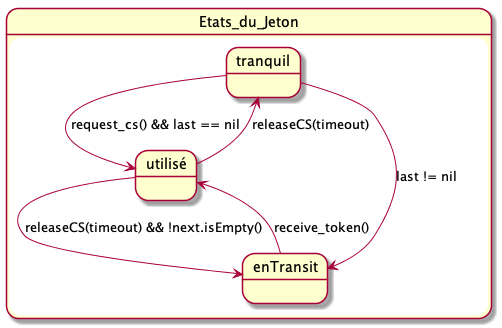
Above: Diagrammes/exercice_1-question_2.png in RobinMayo/peersim (PlantUML), before the change.
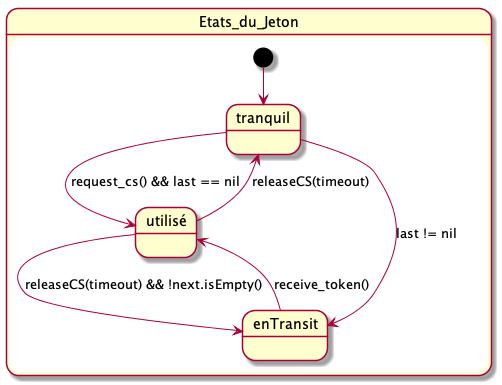
The same diagram one commit later.

The edit, as a diff of the source:
```diff
@@ -1,6 +1,7 @@
 @startuml
 
 state Etats_du_Jeton {
+  [*] --> tranquil
   tranquil --> utilisé : request_cs() && last == nil
   tranquil --> enTransit : last != nil
   utilisé --> tranquil : releaseCS(timeout)
```
